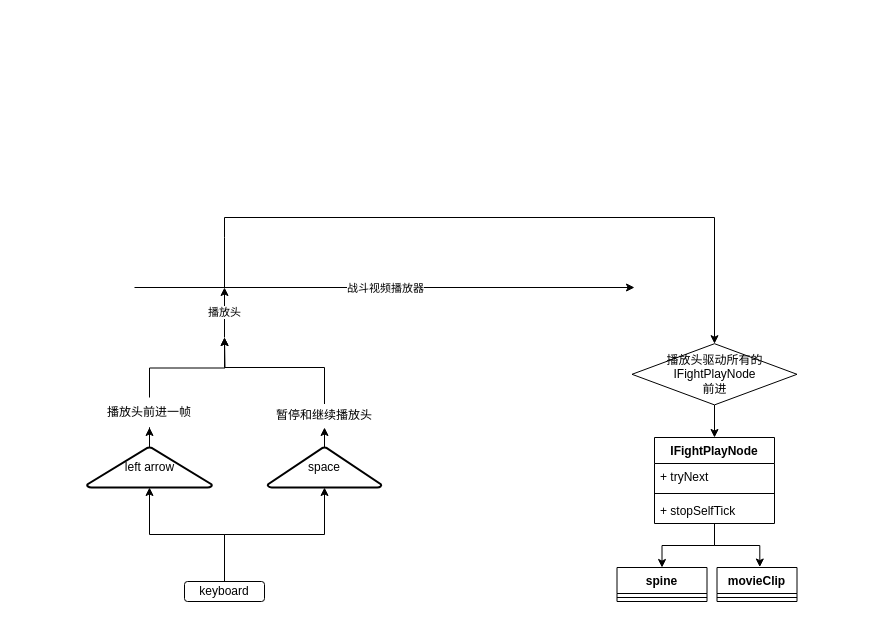
Above: page "第 2 页" (2 of 2) of fight/fight.drawio in breezerzxq/Diagram (draw.io), before the change. Source tidied: cells renumbered, new cells numbered last; positions are measured from the earlier drawing's top-left corner, leaving out a move shared by most shapes. Both pictures are drawn from the tidied source at 100%, with x=0, y=0 at pixel (86, 217).
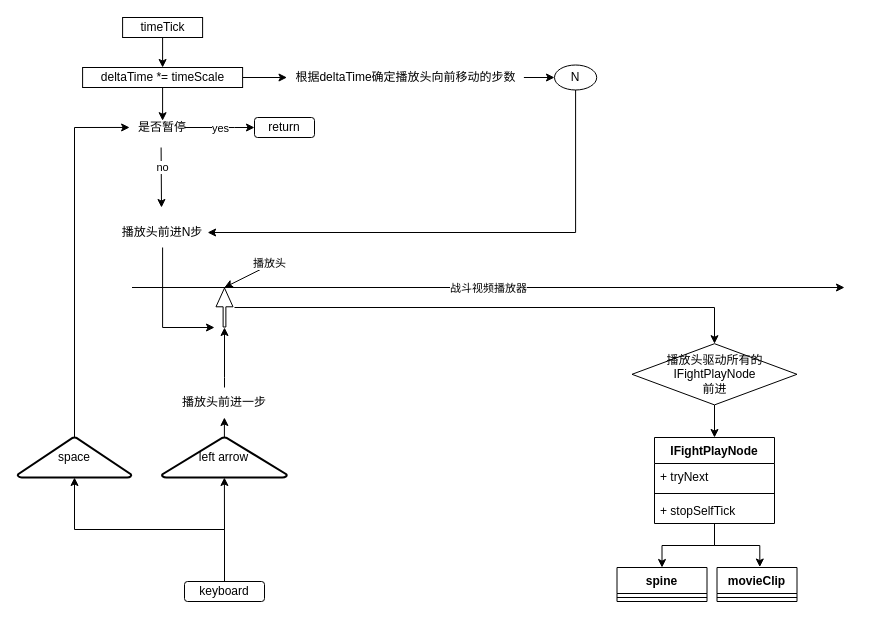
The same page after the edit.

The change refers to these unchanged cells:
```xml
<mxCell id="24" value="播放头驱动所有的IFightPlayNode&lt;br&gt;前进" style="rhombus;whiteSpace=wrap;html=1;" parent="1" vertex="1">
  <mxGeometry x="545.5" y="126.2" width="165" height="61.2" as="geometry" />
</mxCell>
```

The edit, as a diff of the source:
```diff
@@
     <mxCell id="2" style="endArrow=classic;html=1;rounded=0;" parent="1" edge="1">
       <mxGeometry relative="1" as="geometry">
-        <mxPoint x="48" y="70" as="sourcePoint" />
-        <mxPoint x="548" y="70" as="targetPoint" />
+        <mxPoint x="45.5" y="70" as="sourcePoint" />
+        <mxPoint x="758" y="70" as="targetPoint" />
       </mxGeometry>
     </mxCell>
@@
-    <mxCell id="4" value="播放头" style="endArrow=classic;html=1;rounded=0;" parent="1" edge="1">
-      <mxGeometry relative="1" as="geometry">
-        <mxPoint x="138" y="120" as="sourcePoint" />
-        <mxPoint x="138" y="70" as="targetPoint" />
-        <Array as="points">
-          <mxPoint x="138" y="100" />
-        </Array>
-      </mxGeometry>
-    </mxCell>
@@
-    <mxCell id="8" style="edgeStyle=orthogonalEdgeStyle;rounded=0;jettySize=auto;html=1;exitX=0.5;exitY=0;exitDx=0;exitDy=0;" parent="1" edge="1" source="9">
-      <mxGeometry relative="1" as="geometry">
-        <mxPoint x="138" y="120" as="targetPoint" />
-        <Array as="points">
-          <mxPoint x="238" y="150" />
-          <mxPoint x="138" y="150" />
-        </Array>
-      </mxGeometry>
-    </mxCell>
-    <mxCell id="9" value="暂停和继续播放头" style="text;html=1;strokeColor=none;fillColor=none;align=center;verticalAlign=middle;whiteSpace=wrap;rounded=0;" parent="1" vertex="1">
-      <mxGeometry x="178" y="186.5" width="120" height="23.5" as="geometry" />
+    <mxCell id="9" value="是否暂停" style="text;html=1;strokeColor=none;fillColor=none;align=center;verticalAlign=middle;whiteSpace=wrap;rounded=0;" parent="1" vertex="1">
+      <mxGeometry x="43.1" y="-96.8" width="66" height="13.5" as="geometry" />
     </mxCell>
     <mxCell id="10" style="edgeStyle=orthogonalEdgeStyle;rounded=0;jettySize=auto;html=1;exitX=0.5;exitY=0;exitDx=0;exitDy=0;" parent="1" edge="1" source="11">
       <mxGeometry relative="1" as="geometry">
-        <mxPoint x="138" y="120" as="targetPoint" />
+        <mxPoint x="138" y="110" as="targetPoint" />
+        <Array as="points">
+          <mxPoint x="138" y="160" />
+          <mxPoint x="138" y="160" />
+        </Array>
       </mxGeometry>
     </mxCell>
-    <mxCell id="11" value="播放头前进一帧" style="text;html=1;strokeColor=none;fillColor=none;align=center;verticalAlign=middle;whiteSpace=wrap;rounded=0;" parent="1" vertex="1">
-      <mxGeometry x="18" y="180" width="90" height="30" as="geometry" />
+    <mxCell id="11" value="播放头前进一步" style="text;html=1;strokeColor=none;fillColor=none;align=center;verticalAlign=middle;whiteSpace=wrap;rounded=0;" parent="1" vertex="1">
+      <mxGeometry x="93" y="170" width="90" height="30" as="geometry" />
     </mxCell>
@@
     <mxCell id="22" style="edgeStyle=orthogonalEdgeStyle;rounded=0;jettySize=auto;html=1;entryX=0.5;entryY=0;entryDx=0;entryDy=0;" parent="1" edge="1" target="24">
       <mxGeometry relative="1" as="geometry">
-        <mxPoint x="138" y="70" as="sourcePoint" />
+        <mxPoint x="148" y="90" as="sourcePoint" />
         <Array as="points">
-          <mxPoint x="138" y="20" />
-          <mxPoint x="138" />
-          <mxPoint x="628" />
+          <mxPoint x="628" y="90" />
         </Array>
       </mxGeometry>
     </mxCell>
@@
     <mxCell id="26" value="left arrow" style="strokeWidth=2;html=1;shape=mxgraph.flowchart.extract_or_measurement;whiteSpace=wrap;" parent="1" vertex="1">
-      <mxGeometry x="0.5" y="230" width="125" height="40" as="geometry" />
+      <mxGeometry x="75.4" y="220" width="125" height="40" as="geometry" />
     </mxCell>
-    <mxCell id="27" style="edgeStyle=orthogonalEdgeStyle;rounded=0;jettySize=auto;html=1;exitX=0.5;exitY=0;exitDx=0;exitDy=0;exitPerimeter=0;entryX=0.5;entryY=1;entryDx=0;entryDy=0;" parent="1" edge="1" source="28" target="9">
+    <mxCell id="27" style="edgeStyle=orthogonalEdgeStyle;rounded=0;jettySize=auto;html=1;exitX=0.5;exitY=0;exitDx=0;exitDy=0;exitPerimeter=0;entryX=0;entryY=0.5;entryDx=0;entryDy=0;" parent="1" edge="1" source="28" target="9">
       <mxGeometry relative="1" as="geometry" />
     </mxCell>
     <mxCell id="28" value="space" style="strokeWidth=2;html=1;shape=mxgraph.flowchart.extract_or_measurement;whiteSpace=wrap;" parent="1" vertex="1">
-      <mxGeometry x="181.1" y="230" width="113.8" height="40" as="geometry" />
+      <mxGeometry x="-68.9" y="220" width="113.8" height="40" as="geometry" />
     </mxCell>
+    <mxCell id="29" style="edgeStyle=orthogonalEdgeStyle;rounded=0;jettySize=auto;html=1;exitX=0.5;exitY=1;exitDx=0;exitDy=0;entryX=0.5;entryY=0;entryDx=0;entryDy=0;" parent="1" edge="1" source="30" target="33">
+      <mxGeometry relative="1" as="geometry" />
+    </mxCell>
+    <mxCell id="30" value="timeTick" style="html=1;" parent="1" vertex="1">
+      <mxGeometry x="36.1" y="-200" width="80" height="20" as="geometry" />
+    </mxCell>
+    <mxCell id="31" style="edgeStyle=orthogonalEdgeStyle;rounded=0;jettySize=auto;html=1;exitX=1;exitY=0.5;exitDx=0;exitDy=0;entryX=0;entryY=0.5;entryDx=0;entryDy=0;" parent="1" edge="1" source="33" target="35">
+      <mxGeometry relative="1" as="geometry" />
+    </mxCell>
+    <mxCell id="32" style="edgeStyle=orthogonalEdgeStyle;rounded=0;jettySize=auto;html=1;exitX=0.5;exitY=1;exitDx=0;exitDy=0;entryX=0.5;entryY=0;entryDx=0;entryDy=0;" parent="1" edge="1" source="33" target="9">
+      <mxGeometry relative="1" as="geometry" />
+    </mxCell>
+    <mxCell id="33" value="deltaTime *= timeScale" style="html=1;" parent="1" vertex="1">
+      <mxGeometry x="-3.9" y="-150" width="160" height="20" as="geometry" />
+    </mxCell>
+    <mxCell id="34" style="edgeStyle=orthogonalEdgeStyle;rounded=0;jettySize=auto;html=1;" parent="1" edge="1" source="35" target="45">
+      <mxGeometry relative="1" as="geometry" />
+    </mxCell>
+    <mxCell id="35" value="根据deltaTime确定播放头向前移动的步数" style="text;html=1;strokeColor=none;fillColor=none;align=center;verticalAlign=middle;whiteSpace=wrap;rounded=0;" parent="1" vertex="1">
+      <mxGeometry x="200.5" y="-160" width="236.9" height="40" as="geometry" />
+    </mxCell>
+    <mxCell id="36" style="shape=flexArrow;endArrow=classic;html=1;rounded=0;endWidth=13.269916765755053;endSize=5.931034482758621;width=2.7586206896551726;" parent="1" edge="1">
+      <mxGeometry relative="1" as="geometry">
+        <mxPoint x="138" y="110" as="sourcePoint" />
+        <mxPoint x="138" y="70" as="targetPoint" />
+      </mxGeometry>
+    </mxCell>
+    <mxCell id="37" style="endArrow=classic;html=1;rounded=0;" parent="1" edge="1" target="39">
+      <mxGeometry relative="1" as="geometry">
+        <mxPoint x="98" y="-90" as="sourcePoint" />
+        <Array as="points">
+          <mxPoint x="148" y="-90" />
+        </Array>
+      </mxGeometry>
+    </mxCell>
+    <mxCell id="38" value="yes" style="edgeLabel;html=1;align=center;verticalAlign=middle;" parent="37" vertex="1">
+      <mxGeometry relative="1" as="geometry" />
+    </mxCell>
+    <mxCell id="39" value="return" style="rounded=1;whiteSpace=wrap;html=1;" parent="1" vertex="1">
+      <mxGeometry x="168" y="-100" width="60" height="20" as="geometry" />
+    </mxCell>
+    <mxCell id="40" style="endArrow=classic;html=1;rounded=0;" parent="1" edge="1">
+      <mxGeometry relative="1" as="geometry">
+        <mxPoint x="74.6" y="-70" as="sourcePoint" />
+        <mxPoint x="75" y="-10" as="targetPoint" />
+      </mxGeometry>
+    </mxCell>
+    <mxCell id="41" value="no" style="edgeLabel;html=1;align=center;verticalAlign=middle;" parent="40" vertex="1">
+      <mxGeometry relative="1" as="geometry">
+        <mxPoint x="1" y="-10" as="offset" />
+      </mxGeometry>
+    </mxCell>
+    <mxCell id="42" style="edgeStyle=orthogonalEdgeStyle;rounded=0;jettySize=auto;html=1;exitX=0.5;exitY=1;exitDx=0;exitDy=0;" parent="1" edge="1" source="43">
+      <mxGeometry relative="1" as="geometry">
+        <mxPoint x="128" y="110" as="targetPoint" />
+        <Array as="points">
+          <mxPoint x="76" y="110" />
+        </Array>
+      </mxGeometry>
+    </mxCell>
+    <mxCell id="43" value="播放头前进N步" style="text;html=1;strokeColor=none;fillColor=none;align=center;verticalAlign=middle;whiteSpace=wrap;rounded=0;" parent="1" vertex="1">
+      <mxGeometry x="31.1" width="90" height="30" as="geometry" />
+    </mxCell>
+    <mxCell id="44" style="edgeStyle=orthogonalEdgeStyle;rounded=0;jettySize=auto;html=1;exitX=0.5;exitY=1;exitDx=0;exitDy=0;entryX=1;entryY=0.5;entryDx=0;entryDy=0;" parent="1" edge="1" source="45" target="43">
+      <mxGeometry relative="1" as="geometry" />
+    </mxCell>
+    <mxCell id="45" value="N" style="ellipse;whiteSpace=wrap;html=1;" parent="1" vertex="1">
+      <mxGeometry x="468" y="-152.5" width="42.2" height="25" as="geometry" />
+    </mxCell>
+    <mxCell id="46" style="endArrow=classic;html=1;rounded=0;" parent="1" edge="1">
+      <mxGeometry relative="1" as="geometry">
+        <mxPoint x="198" y="40" as="sourcePoint" />
+        <mxPoint x="137.9" y="70" as="targetPoint" />
+      </mxGeometry>
+    </mxCell>
+    <mxCell id="4" value="播放头" style="edgeLabel;html=1;align=center;verticalAlign=middle;" parent="46" vertex="1">
+      <mxGeometry relative="1" as="geometry">
+        <mxPoint x="15" y="-10" as="offset" />
+      </mxGeometry>
+    </mxCell>
```
